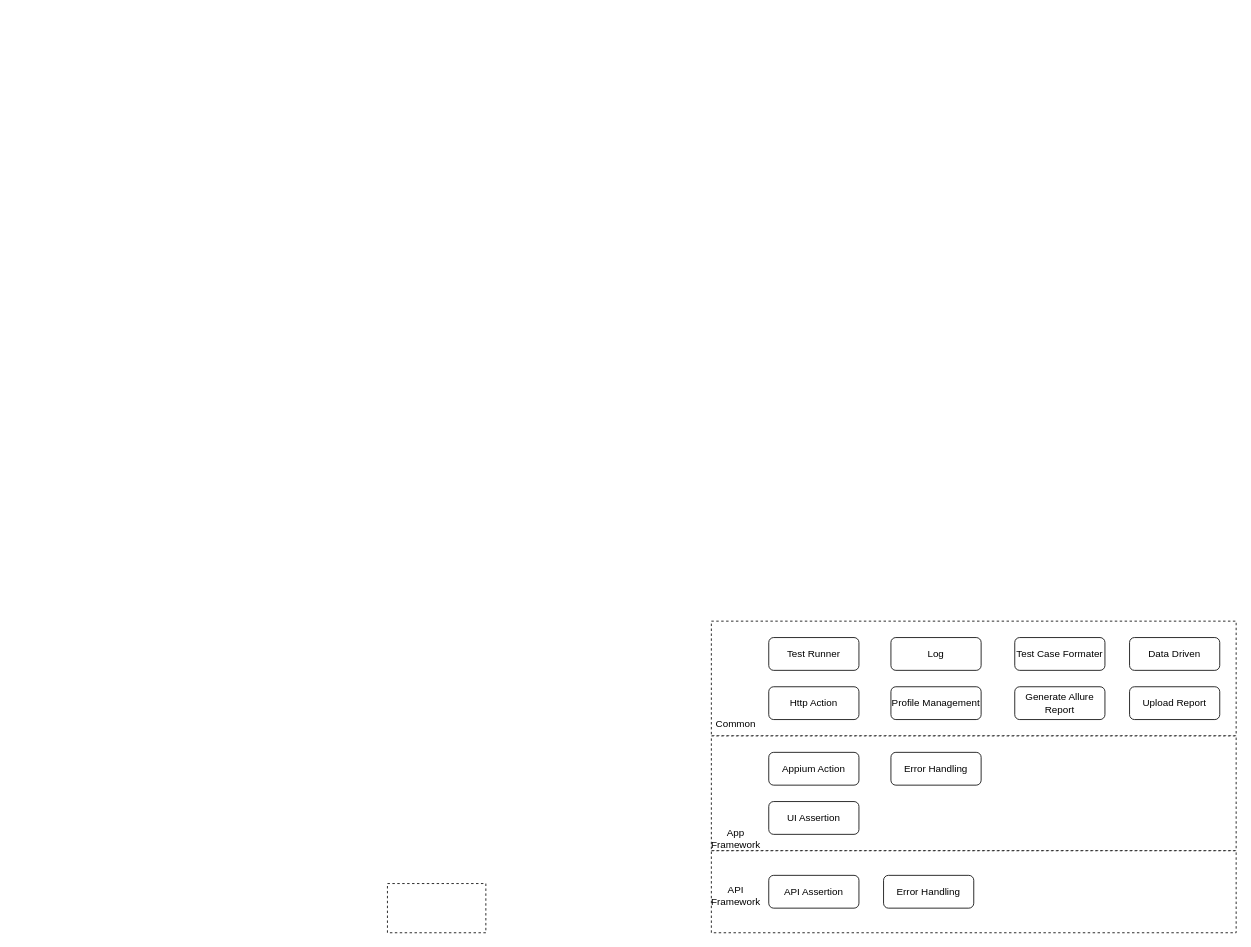
This is page "框架功能" (9 of 9) of App Automation 2.0.drawio from michellec2021/appium-demo, a draw.io file, before an edit. Source tidied: cells renumbered, new cells numbered last; positions are measured from the earlier drawing's top-left corner, leaving out a move shared by most shapes. Both pictures are drawn from the tidied source at 82%, with x=0, y=0 at pixel (387, 621).
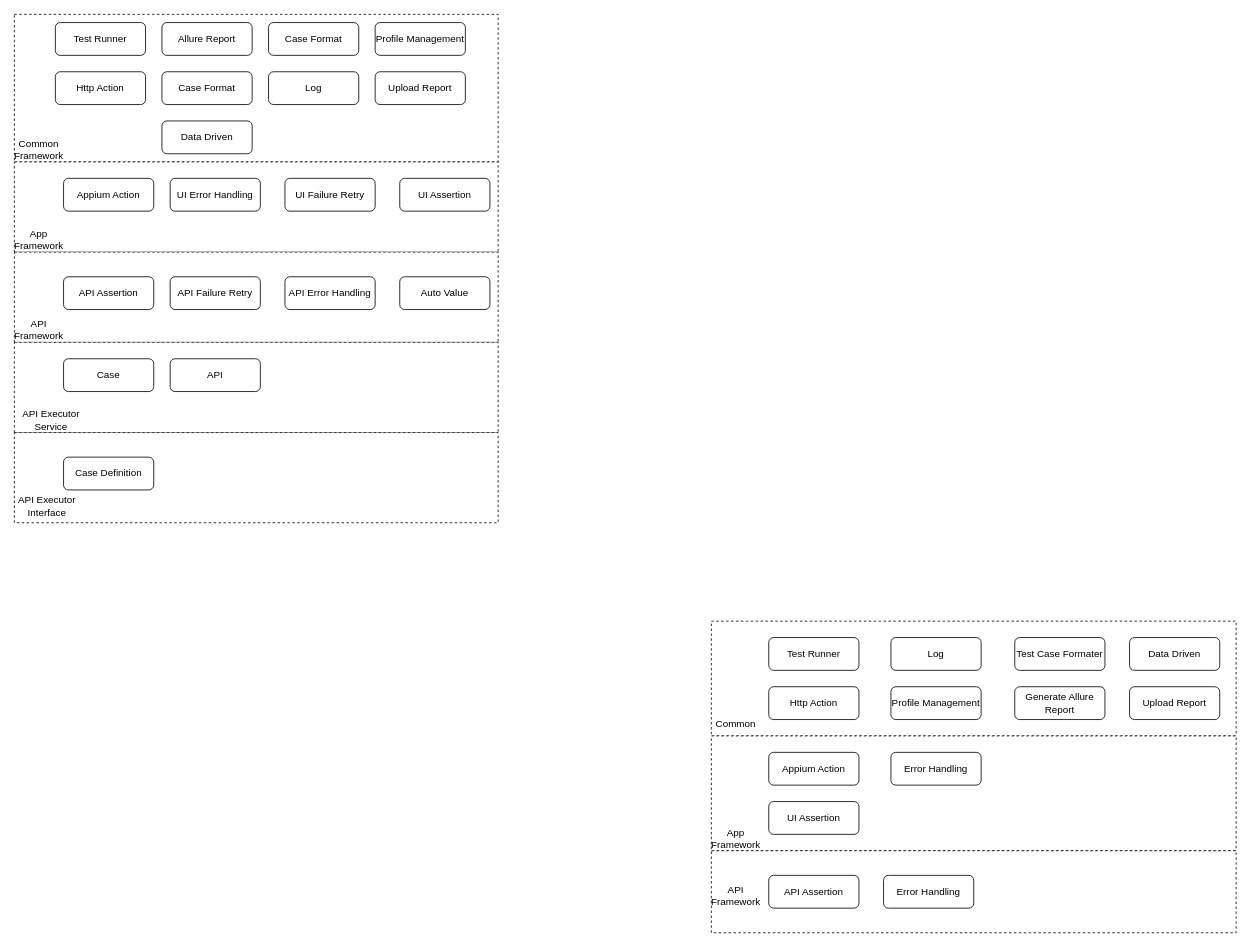
The same page after the edit.

What changed in the source:
```diff
@@
     <mxCell id="20" style="whiteSpace=wrap;html=1;rounded=0;dashed=1;" parent="1" vertex="1">
-      <mxGeometry y="320" width="120" height="60" as="geometry" />
+      <mxGeometry x="-455" y="-740" width="590" height="180" as="geometry" />
     </mxCell>
@@
+    <mxCell id="22" value="Common Framework" style="text;html=1;strokeColor=none;fillColor=none;align=center;verticalAlign=middle;whiteSpace=wrap;rounded=0;" parent="1" vertex="1">
+      <mxGeometry x="-455" y="-590" width="60" height="30" as="geometry" />
+    </mxCell>
+    <mxCell id="23" value="Test Runner" style="rounded=1;whiteSpace=wrap;html=1;" parent="1" vertex="1">
+      <mxGeometry x="-405" y="-730" width="110" height="40" as="geometry" />
+    </mxCell>
+    <mxCell id="24" value="Http Action" style="rounded=1;whiteSpace=wrap;html=1;" parent="1" vertex="1">
+      <mxGeometry x="-405" y="-670" width="110" height="40" as="geometry" />
+    </mxCell>
+    <mxCell id="25" value="Allure Report" style="rounded=1;whiteSpace=wrap;html=1;" parent="1" vertex="1">
+      <mxGeometry x="-275" y="-730" width="110" height="40" as="geometry" />
+    </mxCell>
+    <mxCell id="26" value="Case Format" style="rounded=1;whiteSpace=wrap;html=1;" parent="1" vertex="1">
+      <mxGeometry x="-275" y="-670" width="110" height="40" as="geometry" />
+    </mxCell>
+    <mxCell id="27" value="Case Format" style="rounded=1;whiteSpace=wrap;html=1;" parent="1" vertex="1">
+      <mxGeometry x="-145" y="-730" width="110" height="40" as="geometry" />
+    </mxCell>
+    <mxCell id="28" style="whiteSpace=wrap;html=1;rounded=0;dashed=1;" parent="1" vertex="1">
+      <mxGeometry x="-455" y="-560" width="590" height="110" as="geometry" />
+    </mxCell>
+    <mxCell id="29" value="App Framework" style="text;html=1;strokeColor=none;fillColor=none;align=center;verticalAlign=middle;whiteSpace=wrap;rounded=0;" parent="1" vertex="1">
+      <mxGeometry x="-455" y="-480" width="60" height="30" as="geometry" />
+    </mxCell>
+    <mxCell id="30" value="Appium Action" style="rounded=1;whiteSpace=wrap;html=1;" parent="1" vertex="1">
+      <mxGeometry x="-395" y="-540" width="110" height="40" as="geometry" />
+    </mxCell>
+    <mxCell id="31" value="UI Assertion" style="rounded=1;whiteSpace=wrap;html=1;" parent="1" vertex="1">
+      <mxGeometry x="15" y="-540" width="110" height="40" as="geometry" />
+    </mxCell>
+    <mxCell id="32" value="UI Error Handling" style="rounded=1;whiteSpace=wrap;html=1;" parent="1" vertex="1">
+      <mxGeometry x="-265" y="-540" width="110" height="40" as="geometry" />
+    </mxCell>
+    <mxCell id="33" value="Log" style="rounded=1;whiteSpace=wrap;html=1;" parent="1" vertex="1">
+      <mxGeometry x="-145" y="-670" width="110" height="40" as="geometry" />
+    </mxCell>
+    <mxCell id="34" value="UI Failure Retry" style="rounded=1;whiteSpace=wrap;html=1;" parent="1" vertex="1">
+      <mxGeometry x="-125" y="-540" width="110" height="40" as="geometry" />
+    </mxCell>
+    <mxCell id="35" value="Profile Management" style="rounded=1;whiteSpace=wrap;html=1;" parent="1" vertex="1">
+      <mxGeometry x="-15" y="-730" width="110" height="40" as="geometry" />
+    </mxCell>
+    <mxCell id="36" value="Upload Report" style="rounded=1;whiteSpace=wrap;html=1;" parent="1" vertex="1">
+      <mxGeometry x="-15" y="-670" width="110" height="40" as="geometry" />
+    </mxCell>
+    <mxCell id="37" style="whiteSpace=wrap;html=1;rounded=0;dashed=1;" parent="1" vertex="1">
+      <mxGeometry x="-455" y="-450" width="590" height="110" as="geometry" />
+    </mxCell>
+    <mxCell id="38" value="API Framework" style="text;html=1;strokeColor=none;fillColor=none;align=center;verticalAlign=middle;whiteSpace=wrap;rounded=0;" parent="1" vertex="1">
+      <mxGeometry x="-455" y="-370" width="60" height="30" as="geometry" />
+    </mxCell>
+    <mxCell id="39" value="API Assertion" style="rounded=1;whiteSpace=wrap;html=1;" parent="1" vertex="1">
+      <mxGeometry x="-395" y="-420" width="110" height="40" as="geometry" />
+    </mxCell>
+    <mxCell id="40" value="API Error Handling" style="rounded=1;whiteSpace=wrap;html=1;" parent="1" vertex="1">
+      <mxGeometry x="-125" y="-420" width="110" height="40" as="geometry" />
+    </mxCell>
+    <mxCell id="41" value="API Failure Retry" style="rounded=1;whiteSpace=wrap;html=1;" parent="1" vertex="1">
+      <mxGeometry x="-265" y="-420" width="110" height="40" as="geometry" />
+    </mxCell>
+    <mxCell id="42" value="Data Driven" style="rounded=1;whiteSpace=wrap;html=1;" parent="1" vertex="1">
+      <mxGeometry x="-275" y="-610" width="110" height="40" as="geometry" />
+    </mxCell>
+    <mxCell id="43" style="whiteSpace=wrap;html=1;rounded=0;dashed=1;" parent="1" vertex="1">
+      <mxGeometry x="-455" y="-340" width="590" height="110" as="geometry" />
+    </mxCell>
+    <mxCell id="44" value="API Executor Service" style="text;html=1;strokeColor=none;fillColor=none;align=center;verticalAlign=middle;whiteSpace=wrap;rounded=0;" parent="1" vertex="1">
+      <mxGeometry x="-455" y="-260" width="90" height="30" as="geometry" />
+    </mxCell>
+    <mxCell id="45" value="Case" style="rounded=1;whiteSpace=wrap;html=1;" parent="1" vertex="1">
+      <mxGeometry x="-395" y="-320" width="110" height="40" as="geometry" />
+    </mxCell>
+    <mxCell id="46" value="Auto Value" style="rounded=1;whiteSpace=wrap;html=1;" parent="1" vertex="1">
+      <mxGeometry x="15" y="-420" width="110" height="40" as="geometry" />
+    </mxCell>
+    <mxCell id="47" value="API" style="rounded=1;whiteSpace=wrap;html=1;" parent="1" vertex="1">
+      <mxGeometry x="-265" y="-320" width="110" height="40" as="geometry" />
+    </mxCell>
+    <mxCell id="48" style="whiteSpace=wrap;html=1;rounded=0;dashed=1;" parent="1" vertex="1">
+      <mxGeometry x="-455" y="-230" width="590" height="110" as="geometry" />
+    </mxCell>
+    <mxCell id="49" value="API Executor Interface" style="text;html=1;strokeColor=none;fillColor=none;align=center;verticalAlign=middle;whiteSpace=wrap;rounded=0;" parent="1" vertex="1">
+      <mxGeometry x="-455" y="-150" width="80" height="20" as="geometry" />
+    </mxCell>
+    <mxCell id="50" value="Case Definition" style="rounded=1;whiteSpace=wrap;html=1;" parent="1" vertex="1">
+      <mxGeometry x="-395" y="-200" width="110" height="40" as="geometry" />
+    </mxCell>
```
